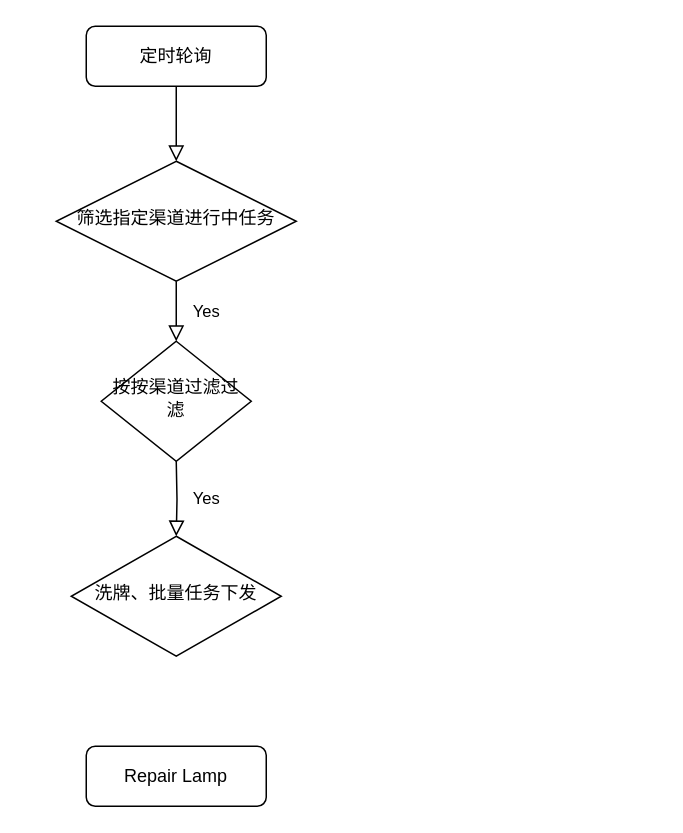
This is batch-analysis.drawio from geo-deyi/dataflow, a draw.io file, before an edit. Source tidied: cells renumbered, new cells numbered last; positions are measured from the earlier drawing's top-left corner, leaving out a move shared by most shapes. Both pictures are drawn from the tidied source at 150%, with x=0, y=0 at pixel (56, 26).
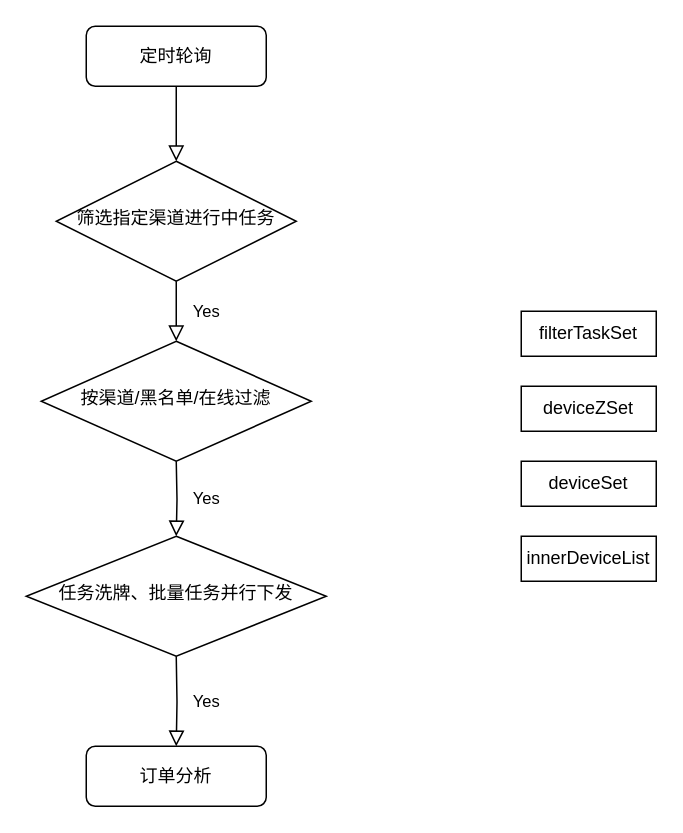
The same diagram, later.

Change to the diagram source:
```diff
@@
 <mxGraphModel>
   <root>
     <mxCell id="0" />
     <mxCell id="1" parent="0" />
     <mxCell id="2" style="rounded=0;html=1;jettySize=auto;fontSize=11;endArrow=block;endFill=0;endSize=8;strokeWidth=1;shadow=0;labelBackgroundColor=none;edgeStyle=orthogonalEdgeStyle;" parent="1" edge="1" source="3" target="5">
       <mxGeometry relative="1" as="geometry" />
     </mxCell>
     <mxCell id="3" value="定时轮询" style="rounded=1;whiteSpace=wrap;html=1;fontSize=12;glass=0;strokeWidth=1;shadow=0;" parent="1" vertex="1">
       <mxGeometry x="20" width="120" height="40" as="geometry" />
     </mxCell>
     <mxCell id="4" value="Yes" style="rounded=0;html=1;jettySize=auto;fontSize=11;endArrow=block;endFill=0;endSize=8;strokeWidth=1;shadow=0;labelBackgroundColor=none;edgeStyle=orthogonalEdgeStyle;" parent="1" edge="1" source="5" target="6">
       <mxGeometry y="20" relative="1" as="geometry" />
     </mxCell>
     <mxCell id="5" value="筛选指定渠道进行中任务" style="rhombus;whiteSpace=wrap;html=1;shadow=0;fontFamily=Helvetica;fontSize=12;align=center;strokeWidth=1;spacing=6;spacingTop=-4;" parent="1" vertex="1">
       <mxGeometry y="90" width="160" height="80" as="geometry" />
     </mxCell>
-    <mxCell id="6" value="按按渠道过滤过滤" style="rhombus;whiteSpace=wrap;html=1;shadow=0;fontFamily=Helvetica;fontSize=12;align=center;strokeWidth=1;spacing=6;spacingTop=-4;" parent="1" vertex="1">
-      <mxGeometry x="30" y="210" width="100" height="80" as="geometry" />
+    <mxCell id="6" value="按渠道/黑名单/在线过滤" style="rhombus;whiteSpace=wrap;html=1;shadow=0;fontFamily=Helvetica;fontSize=12;align=center;strokeWidth=1;spacing=6;spacingTop=-4;" parent="1" vertex="1">
+      <mxGeometry x="-10" y="210" width="180" height="80" as="geometry" />
     </mxCell>
-    <mxCell id="7" value="Repair Lamp" style="rounded=1;whiteSpace=wrap;html=1;fontSize=12;glass=0;strokeWidth=1;shadow=0;" parent="1" vertex="1">
+    <mxCell id="7" value="订单分析" style="rounded=1;whiteSpace=wrap;html=1;fontSize=12;glass=0;strokeWidth=1;shadow=0;" parent="1" vertex="1">
       <mxGeometry x="20" y="480" width="120" height="40" as="geometry" />
     </mxCell>
-    <mxCell id="8" value="洗牌、批量任务下发" style="rhombus;whiteSpace=wrap;html=1;shadow=0;fontFamily=Helvetica;fontSize=12;align=center;strokeWidth=1;spacing=6;spacingTop=-4;" parent="1" vertex="1">
-      <mxGeometry x="10" y="340" width="140" height="80" as="geometry" />
+    <mxCell id="8" value="任务洗牌、批量任务并行下发" style="rhombus;whiteSpace=wrap;html=1;shadow=0;fontFamily=Helvetica;fontSize=12;align=center;strokeWidth=1;spacing=6;spacingTop=-4;" parent="1" vertex="1">
+      <mxGeometry x="-20" y="340" width="200" height="80" as="geometry" />
     </mxCell>
     <mxCell id="9" value="Yes" style="rounded=0;html=1;jettySize=auto;fontSize=11;endArrow=block;endFill=0;endSize=8;strokeWidth=1;shadow=0;labelBackgroundColor=none;edgeStyle=orthogonalEdgeStyle;entryX=0.5;entryY=0;entryDx=0;entryDy=0;" parent="1" edge="1" target="8">
       <mxGeometry y="20" relative="1" as="geometry">
         <mxPoint x="80" y="290" as="sourcePoint" />
       </mxGeometry>
     </mxCell>
+    <mxCell id="10" value="Yes" style="rounded=0;html=1;jettySize=auto;fontSize=11;endArrow=block;endFill=0;endSize=8;strokeWidth=1;shadow=0;labelBackgroundColor=none;edgeStyle=orthogonalEdgeStyle;entryX=0.5;entryY=0;entryDx=0;entryDy=0;" parent="1" edge="1" target="7">
+      <mxGeometry y="20" relative="1" as="geometry">
+        <mxPoint x="80" y="420" as="sourcePoint" />
+      </mxGeometry>
+    </mxCell>
+    <mxCell id="11" value="filterTaskSet" style="rounded=0;whiteSpace=wrap;html=1;" parent="1" vertex="1">
+      <mxGeometry x="310" y="190" width="90" height="30" as="geometry" />
+    </mxCell>
+    <mxCell id="12" value="deviceZSet" style="rounded=0;whiteSpace=wrap;html=1;" parent="1" vertex="1">
+      <mxGeometry x="310" y="240" width="90" height="30" as="geometry" />
+    </mxCell>
+    <mxCell id="13" value="deviceSet" style="rounded=0;whiteSpace=wrap;html=1;" parent="1" vertex="1">
+      <mxGeometry x="310" y="290" width="90" height="30" as="geometry" />
+    </mxCell>
+    <mxCell id="14" value="innerDeviceList" style="rounded=0;whiteSpace=wrap;html=1;" parent="1" vertex="1">
+      <mxGeometry x="310" y="340" width="90" height="30" as="geometry" />
+    </mxCell>
   </root>
 </mxGraphModel>
```
